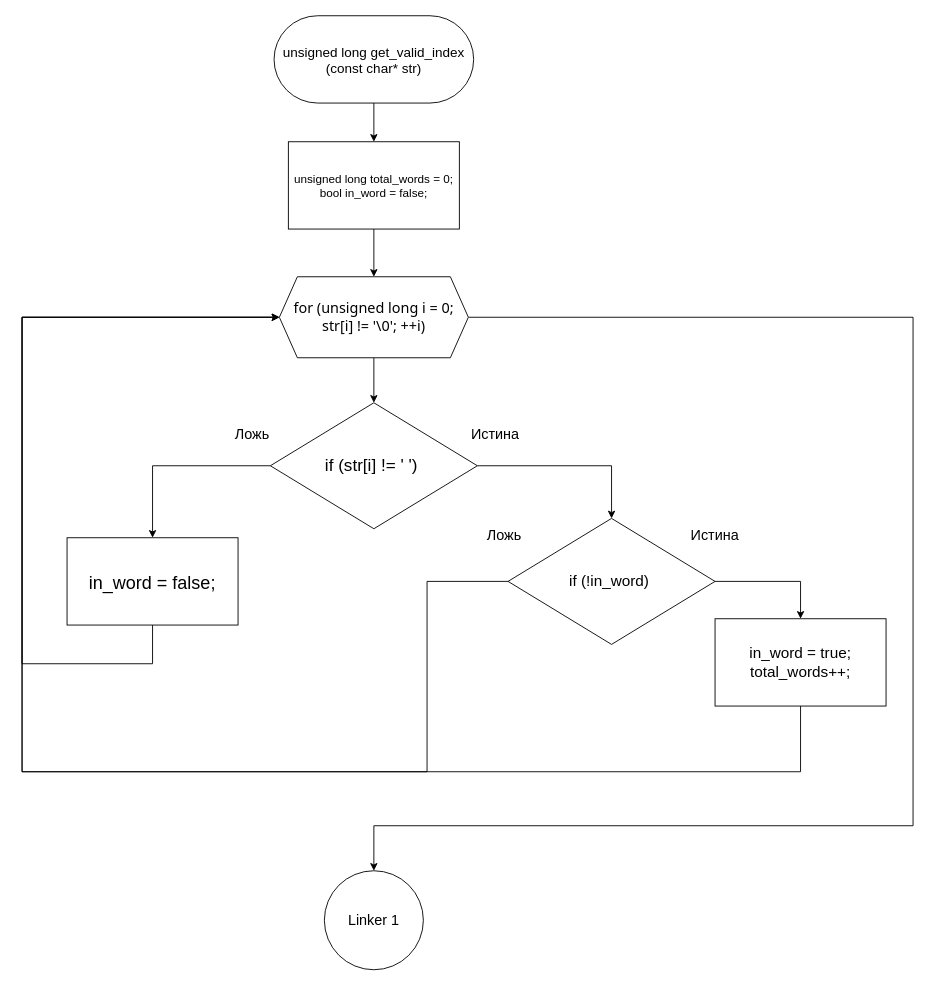
Above: count_words.drawio in kravecila28-ops/Block-diagram_templates (draw.io), before the change. Source tidied: cells renumbered, new cells numbered last; positions are measured from the earlier drawing's top-left corner, leaving out a move shared by most shapes. Both pictures are drawn from the tidied source at 90%, with x=0, y=0 at pixel (22, 15).
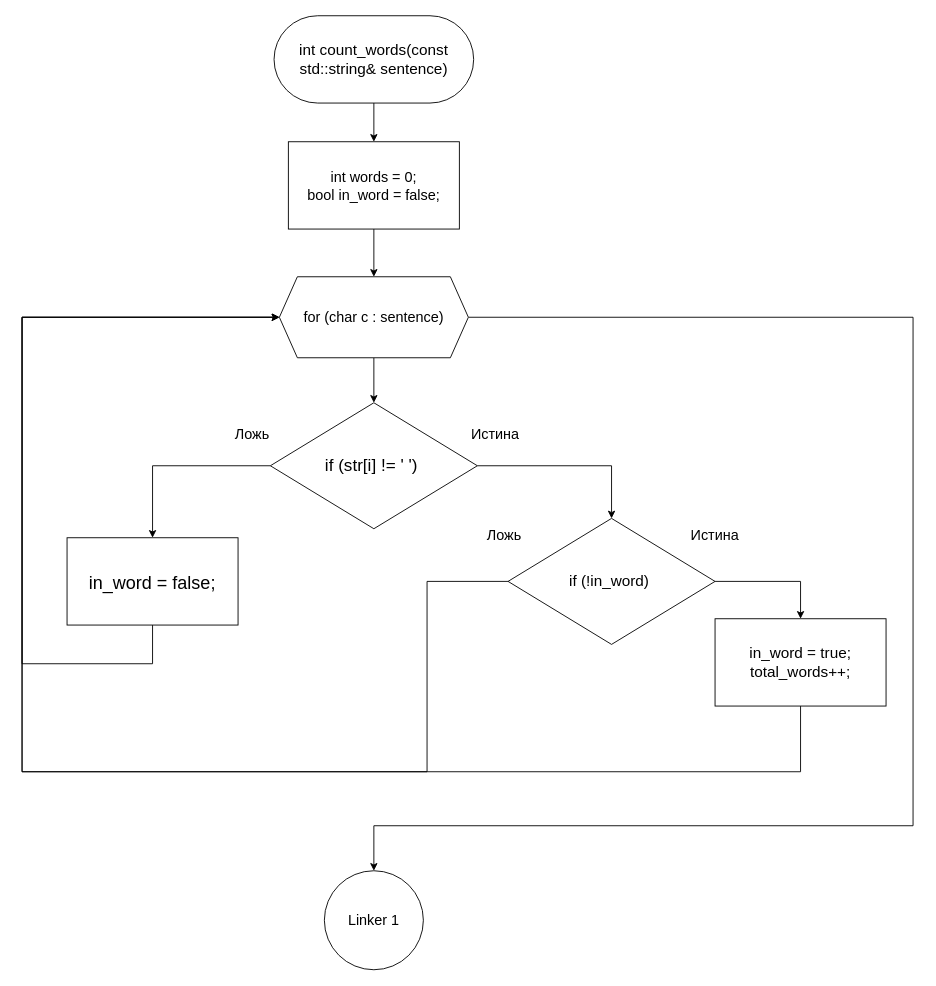
The same page after the edit.

What changed in the source:
```diff
@@
-    <mxCell id="3" value="&lt;div&gt;&lt;span style=&quot;font-size: 15px; background-color: transparent; color: light-dark(rgb(0, 0, 0), rgb(255, 255, 255));&quot;&gt;unsigned long get_valid_index&lt;/span&gt;&lt;/div&gt;&lt;div&gt;&lt;font style=&quot;font-size: 15px;&quot;&gt;(const char* str)&lt;/font&gt;&lt;/div&gt;" style="rounded=1;whiteSpace=wrap;html=1;arcSize=50;labelBackgroundColor=none;" parent="1" vertex="1">
+    <mxCell id="3" value="&lt;font style=&quot;font-size: 17px;&quot;&gt;int count_words(const std::string&amp;amp; sentence)&lt;/font&gt;" style="rounded=1;whiteSpace=wrap;html=1;arcSize=50;labelBackgroundColor=none;" parent="1" vertex="1">
       <mxGeometry x="280" width="221.8" height="97" as="geometry" />
     </mxCell>
@@
-    <mxCell id="5" value="&lt;div&gt;&lt;font style=&quot;font-size: 13px;&quot;&gt;unsigned long total_words = 0;&lt;/font&gt;&lt;/div&gt;&lt;div&gt;&lt;font style=&quot;font-size: 13px;&quot;&gt;bool in_word = false;&lt;/font&gt;&lt;/div&gt;" style="rounded=0;whiteSpace=wrap;html=1;labelBackgroundColor=none;" parent="1" vertex="1">
+    <mxCell id="5" value="&lt;div&gt;&lt;font style=&quot;font-size: 16px;&quot;&gt;int words = 0;&lt;/font&gt;&lt;/div&gt;&lt;div&gt;&lt;font style=&quot;font-size: 16px;&quot;&gt;bool in_word = false;&lt;/font&gt;&lt;/div&gt;" style="rounded=0;whiteSpace=wrap;html=1;labelBackgroundColor=none;" parent="1" vertex="1">
       <mxGeometry x="295.9" y="140" width="190" height="97" as="geometry" />
     </mxCell>
@@
-    <mxCell id="13" value="&lt;div style=&quot;&quot;&gt;&lt;font face=&quot;Google Sans Flex, Google Sans, system-ui, sans-serif&quot; style=&quot;font-size: 16px;&quot;&gt;&lt;span style=&quot;font-variant-ligatures: none; white-space-collapse: preserve;&quot;&gt;for (unsigned long i = 0;&lt;/span&gt;&lt;/font&gt;&lt;/div&gt;&lt;div style=&quot;&quot;&gt;&lt;font face=&quot;Google Sans Flex, Google Sans, system-ui, sans-serif&quot; style=&quot;font-size: 16px;&quot;&gt;&lt;span style=&quot;font-variant-ligatures: none; white-space-collapse: preserve;&quot;&gt; str[i] != '\0'; ++i)&amp;nbsp;&lt;/span&gt;&lt;/font&gt;&lt;/div&gt;" style="shape=hexagon;perimeter=hexagonPerimeter2;whiteSpace=wrap;html=1;fixedSize=1;align=center;labelBackgroundColor=none;" parent="1" vertex="1">
+    <mxCell id="13" value="&lt;div style=&quot;&quot;&gt;&lt;font style=&quot;font-size: 16px;&quot;&gt;for (char c : sentence)&lt;/font&gt;&lt;/div&gt;" style="shape=hexagon;perimeter=hexagonPerimeter2;whiteSpace=wrap;html=1;fixedSize=1;align=center;labelBackgroundColor=none;" parent="1" vertex="1">
       <mxGeometry x="285.9" y="290" width="210" height="90" as="geometry" />
     </mxCell>
```
